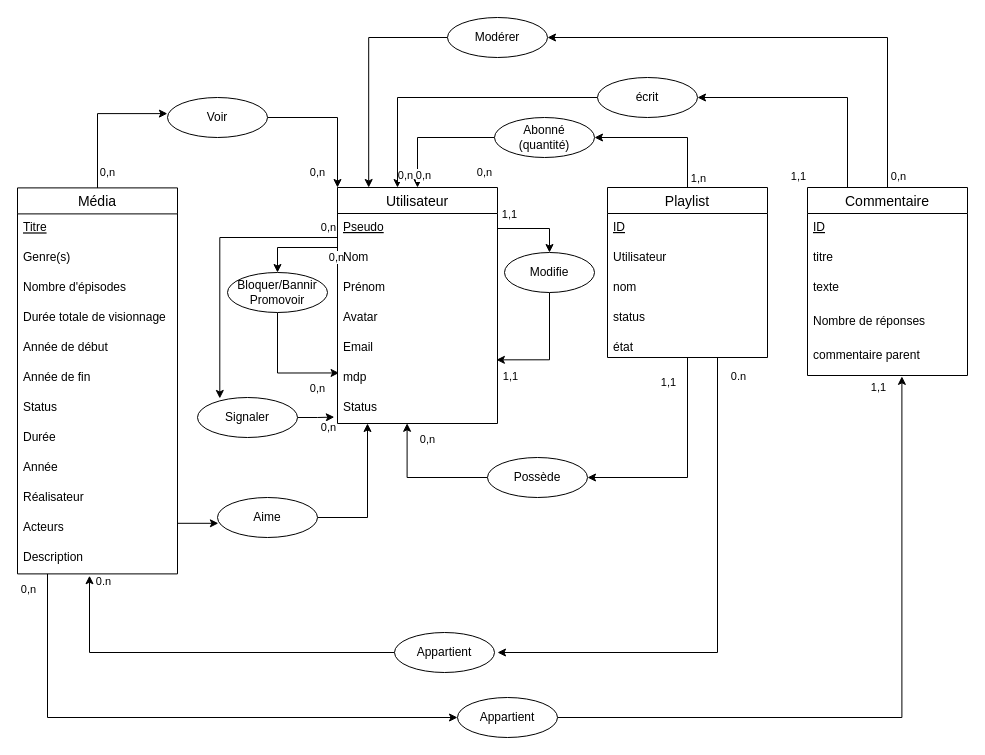
This is page "MCD" (1 of 2) of public/jalon1/analyse/MCD_MLD.drawio from VinLeclercq/CDAW, a draw.io file, before an edit. Source tidied: cells renumbered, new cells numbered last; positions are measured from the earlier drawing's top-left corner, leaving out a move shared by most shapes. Both pictures are drawn from the tidied source at 100%, with x=0, y=0 at pixel (17, 17).
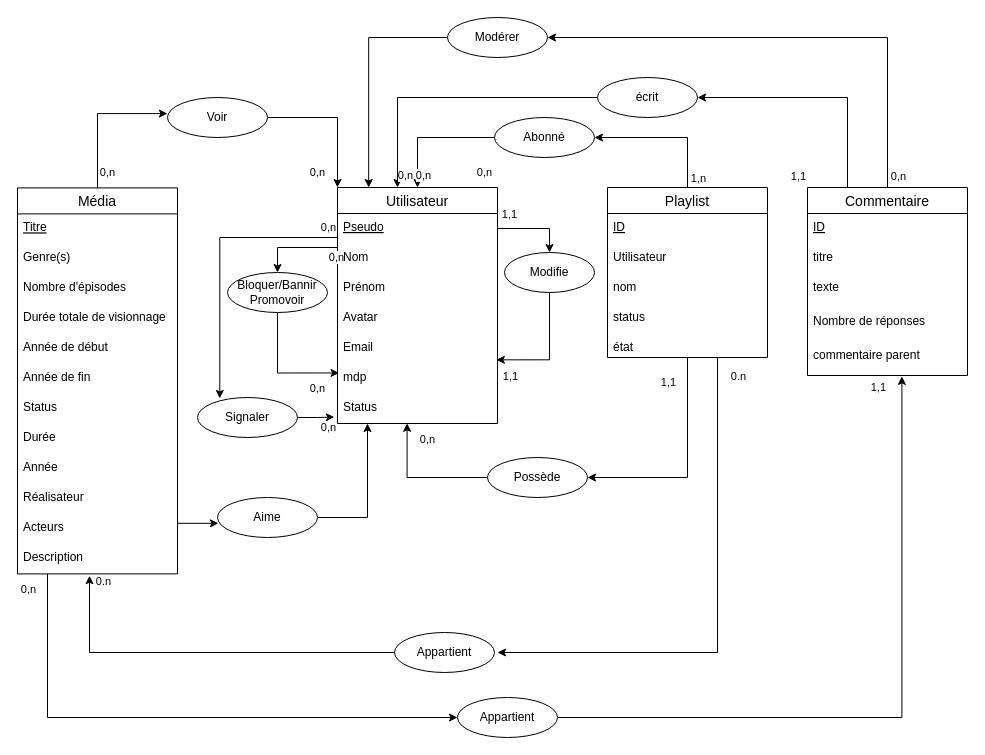
The same diagram, later.

What changed in the source:
```diff
@@
-    <mxCell id="42" value="&lt;div&gt;Abonné&lt;/div&gt;&lt;div&gt;(quantité)&lt;br&gt;&lt;/div&gt;" style="ellipse;whiteSpace=wrap;html=1;align=center;" parent="1" vertex="1">
+    <mxCell id="42" value="&lt;div&gt;Abonné&lt;/div&gt;" style="ellipse;whiteSpace=wrap;html=1;align=center;" parent="1" vertex="1">
       <mxGeometry x="477" y="100" width="100" height="40" as="geometry" />
     </mxCell>
```
